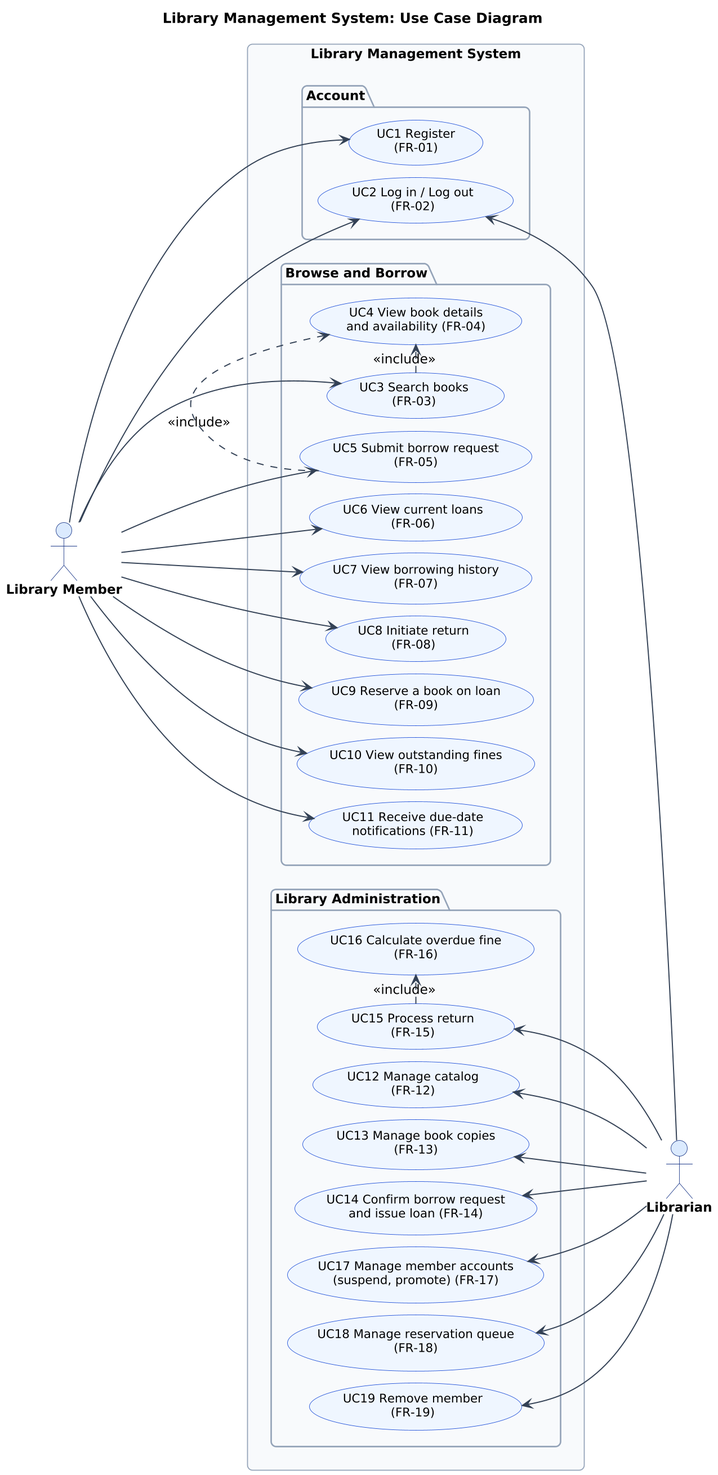
Earlier version of the PlantUML export diagrams/use-case-diagram.png (Hassan3443/library-management-system).
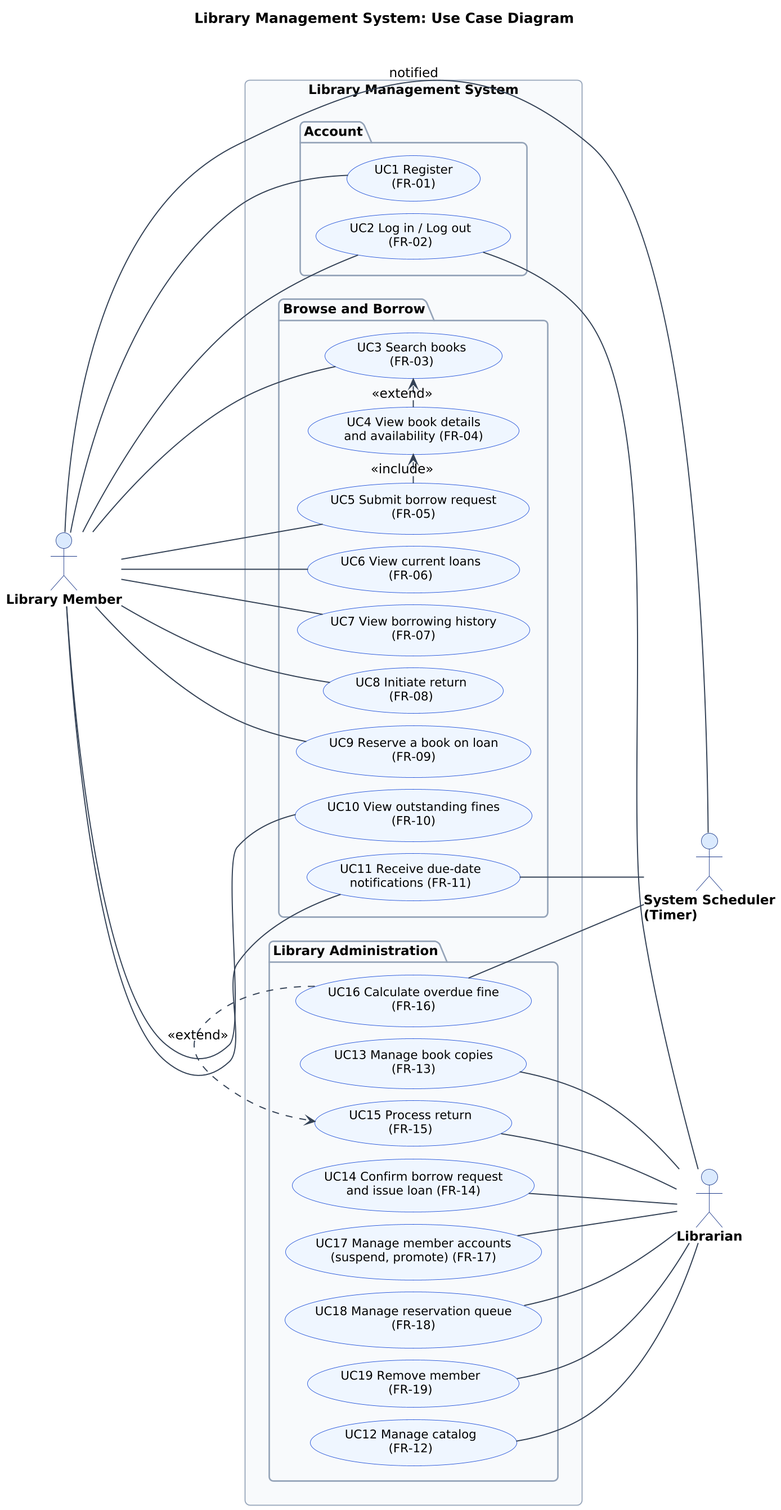
After the commit.

Change to the diagram source:
```diff
@@ -7,6 +7,7 @@
 
 actor "Library Member" as M
 actor "Librarian" as L
+actor "System Scheduler\n(Timer)" as T
 
 rectangle "Library Management System" {
   package "Account" {
@@ -36,26 +37,29 @@
   }
 }
 
-M --> UC1
-M --> UC2
-M --> UC3
-M --> UC5
-M --> UC6
-M --> UC7
-M --> UC8
-M --> UC9
-M --> UC10
-M --> UC11
-UC2 <-- L
-UC12 <-- L
-UC13 <-- L
-UC14 <-- L
-UC15 <-- L
-UC17 <-- L
-UC18 <-- L
-UC19 <-- L
+M -- UC1
+M -- UC2
+M -- UC3
+M -- UC5
+M -- UC6
+M -- UC7
+M -- UC8
+M -- UC9
+M -- UC10
+M -- UC11
+UC11 -- T
+UC16 -- T
+M -- T : notified
+UC2 -- L
+UC12 -- L
+UC13 -- L
+UC14 -- L
+UC15 -- L
+UC17 -- L
+UC18 -- L
+UC19 -- L
 
-UC3 .> UC4 : <<include>>
+UC4 .> UC3 : <<extend>>
 UC5 .> UC4 : <<include>>
-UC15 .> UC16 : <<include>>
+UC16 .> UC15 : <<extend>>
 @enduml
```
